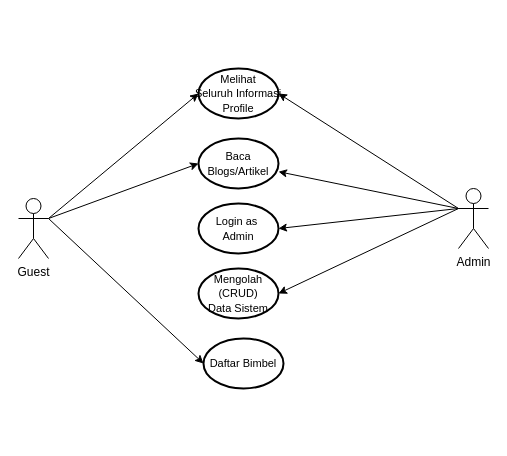
The draw.io diagram use case.drawio in EnjoyUrLife69/PKL-INTERNAL, before the edit. Source tidied: cells renumbered, new cells numbered last; positions are measured from the earlier drawing's top-left corner, leaving out a move shared by most shapes. Both pictures are drawn from the tidied source at 100%, with x=0, y=0 at pixel (18, 68).
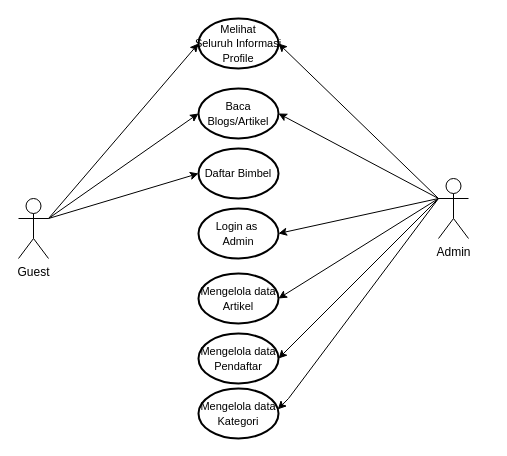
The same diagram, later.

The edit, as a diff of the source:
```diff
@@
     <mxCell id="3" value="Admin" style="shape=umlActor;verticalLabelPosition=bottom;verticalAlign=top;html=1;outlineConnect=0;" parent="1" vertex="1">
-      <mxGeometry x="440" y="120" width="30" height="60" as="geometry" />
+      <mxGeometry x="420" y="110" width="30" height="60" as="geometry" />
     </mxCell>
     <mxCell id="4" value="&lt;font style=&quot;font-size: 11px;&quot;&gt;Melihat Seluruh&amp;nbsp;&lt;/font&gt;&lt;span style=&quot;font-size: 11px; background-color: initial;&quot;&gt;Informasi Profile&lt;/span&gt;" style="strokeWidth=2;html=1;shape=mxgraph.flowchart.start_1;whiteSpace=wrap;" parent="1" vertex="1">
-      <mxGeometry x="180" width="80" height="50" as="geometry" />
+      <mxGeometry x="180" y="-50" width="80" height="50" as="geometry" />
     </mxCell>
@@
     <mxCell id="6" value="&lt;span style=&quot;font-size: 11px;&quot;&gt;Daftar Bimbel&lt;/span&gt;" style="strokeWidth=2;html=1;shape=mxgraph.flowchart.start_1;whiteSpace=wrap;" parent="1" vertex="1">
-      <mxGeometry x="185" y="270" width="80" height="50" as="geometry" />
+      <mxGeometry x="180" y="80" width="80" height="50" as="geometry" />
     </mxCell>
@@
     <mxCell id="8" value="&lt;span style=&quot;font-size: 11px;&quot;&gt;Baca Blogs/Artikel&lt;/span&gt;" style="strokeWidth=2;html=1;shape=mxgraph.flowchart.start_1;whiteSpace=wrap;" parent="1" vertex="1">
-      <mxGeometry x="180" y="70" width="80" height="50" as="geometry" />
+      <mxGeometry x="180" y="20" width="80" height="50" as="geometry" />
     </mxCell>
@@
-    <mxCell id="11" style="endArrow=classic;html=1;rounded=0;exitX=0;exitY=0.3333333333333333;exitDx=0;exitDy=0;exitPerimeter=0;" parent="1" edge="1" source="3" target="8">
+    <mxCell id="11" style="endArrow=classic;html=1;rounded=0;exitX=0;exitY=0.3333333333333333;exitDx=0;exitDy=0;exitPerimeter=0;entryX=1;entryY=0.5;entryDx=0;entryDy=0;entryPerimeter=0;" parent="1" edge="1" source="3" target="8">
       <mxGeometry relative="1" as="geometry" />
     </mxCell>
-    <mxCell id="12" value="&lt;span style=&quot;font-size: 11px;&quot;&gt;Mengolah (CRUD)&lt;/span&gt;&lt;div&gt;&lt;span style=&quot;font-size: 11px;&quot;&gt;Data Sistem&lt;/span&gt;&lt;/div&gt;" style="strokeWidth=2;html=1;shape=mxgraph.flowchart.start_1;whiteSpace=wrap;" parent="1" vertex="1">
-      <mxGeometry x="180" y="200" width="80" height="50" as="geometry" />
+    <mxCell id="12" value="&lt;span style=&quot;font-size: 11px;&quot;&gt;Mengelola data&lt;/span&gt;&lt;div&gt;&lt;span style=&quot;font-size: 11px;&quot;&gt;Artikel&lt;/span&gt;&lt;/div&gt;" style="strokeWidth=2;html=1;shape=mxgraph.flowchart.start_1;whiteSpace=wrap;" parent="1" vertex="1">
+      <mxGeometry x="180" y="205" width="80" height="50" as="geometry" />
     </mxCell>
@@
     <mxCell id="14" value="&lt;span style=&quot;font-size: 11px;&quot;&gt;Login as&amp;nbsp;&lt;/span&gt;&lt;div&gt;&lt;span style=&quot;font-size: 11px;&quot;&gt;Admin&lt;/span&gt;&lt;/div&gt;" style="strokeWidth=2;html=1;shape=mxgraph.flowchart.start_1;whiteSpace=wrap;" parent="1" vertex="1">
-      <mxGeometry x="180" y="135" width="80" height="50" as="geometry" />
+      <mxGeometry x="180" y="140" width="80" height="50" as="geometry" />
     </mxCell>
@@
+    <mxCell id="16" value="&lt;span style=&quot;font-size: 11px;&quot;&gt;Mengelola data&lt;/span&gt;&lt;div&gt;&lt;span style=&quot;font-size: 11px;&quot;&gt;Pendaftar&lt;/span&gt;&lt;/div&gt;" style="strokeWidth=2;html=1;shape=mxgraph.flowchart.start_1;whiteSpace=wrap;" parent="1" vertex="1">
+      <mxGeometry x="180" y="265" width="80" height="50" as="geometry" />
+    </mxCell>
+    <mxCell id="17" style="endArrow=classic;html=1;rounded=0;exitX=0;exitY=0.3333333333333333;exitDx=0;exitDy=0;exitPerimeter=0;entryX=1;entryY=0.5;entryDx=0;entryDy=0;entryPerimeter=0;" parent="1" edge="1" source="3" target="16">
+      <mxGeometry relative="1" as="geometry" />
+    </mxCell>
+    <mxCell id="18" value="&lt;span style=&quot;font-size: 11px;&quot;&gt;Mengelola data&lt;/span&gt;&lt;div&gt;&lt;span style=&quot;font-size: 11px;&quot;&gt;Kategori&lt;/span&gt;&lt;/div&gt;" style="strokeWidth=2;html=1;shape=mxgraph.flowchart.start_1;whiteSpace=wrap;" parent="1" vertex="1">
+      <mxGeometry x="180" y="320" width="80" height="50" as="geometry" />
+    </mxCell>
+    <mxCell id="19" style="endArrow=classic;html=1;rounded=0;exitX=0;exitY=0.3333333333333333;exitDx=0;exitDy=0;exitPerimeter=0;entryX=0.991;entryY=0.417;entryDx=0;entryDy=0;entryPerimeter=0;" parent="1" edge="1" source="3" target="18">
+      <mxGeometry relative="1" as="geometry">
+        <Array as="points">
+          <mxPoint x="270" y="330" />
+        </Array>
+      </mxGeometry>
+    </mxCell>
```
